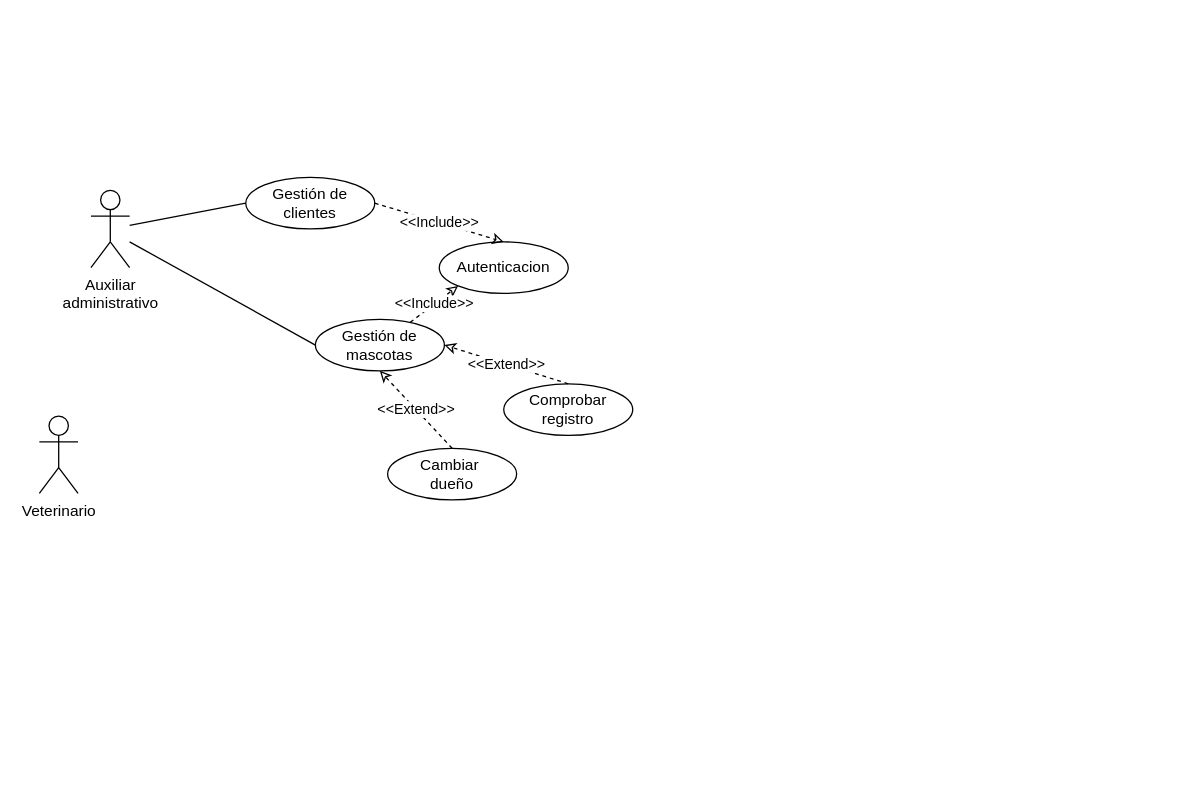
The draw.io diagram Parcail _2 PIMS.drawio in Andres-Nicolas/Diagramas, before the edit. Source tidied: cells renumbered, new cells numbered last; positions are measured from the earlier drawing's top-left corner, leaving out a move shared by most shapes. Both pictures are drawn from the tidied source at 129%, with x=0, y=0 at pixel (39, 177).
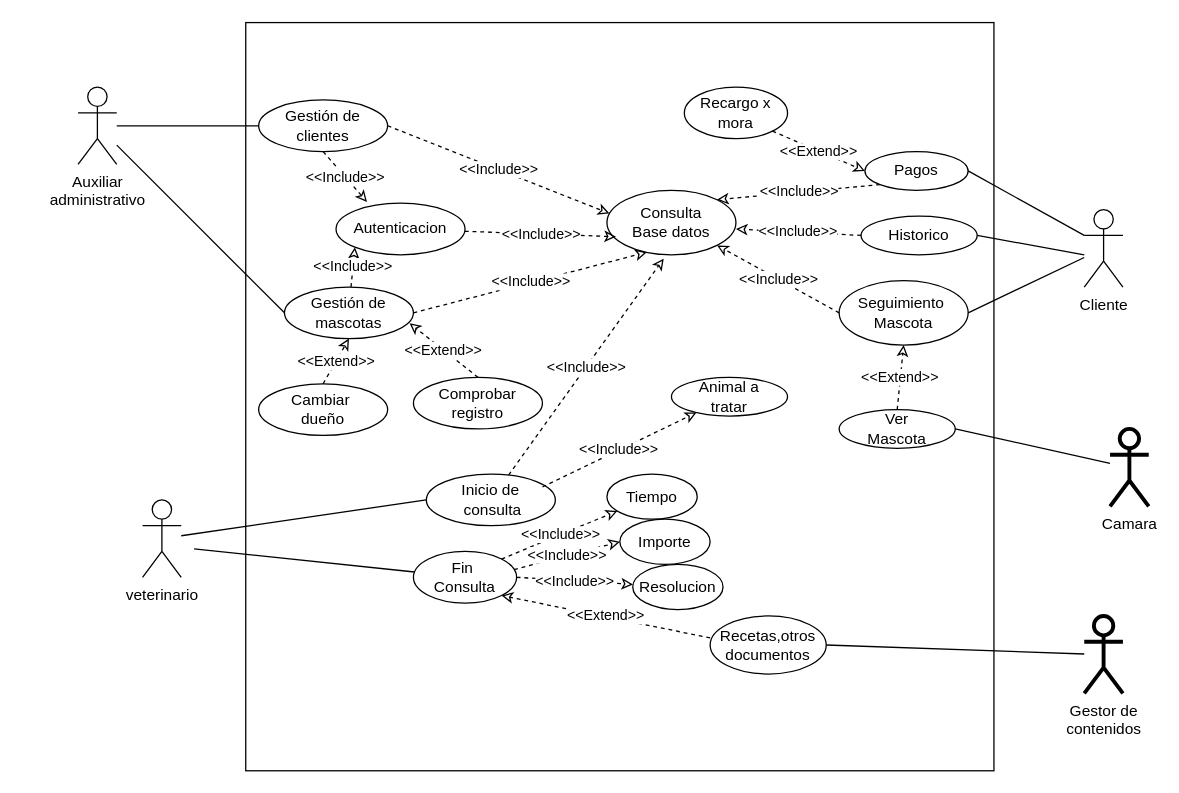
The same diagram, later.

The edit, as a diff of the source:
```diff
@@
+    <mxCell id="15" style="whiteSpace=wrap;html=1;" parent="1" vertex="1">
+      <mxGeometry x="160" y="-120" width="580" height="580" as="geometry" />
+    </mxCell>
     <mxCell id="2" value="Auxiliar&lt;br&gt;administrativo&lt;br&gt;" style="shape=umlActor;verticalLabelPosition=bottom;verticalAlign=top;html=1;outlineConnect=0;" parent="1" vertex="1">
-      <mxGeometry x="40" y="10" width="30" height="60" as="geometry" />
+      <mxGeometry x="30" y="-70" width="30" height="60" as="geometry" />
     </mxCell>
     <mxCell id="3" value="Gestión de&lt;br&gt;clientes" style="ellipse;whiteSpace=wrap;html=1;" parent="1" vertex="1">
-      <mxGeometry x="160" width="100" height="40" as="geometry" />
+      <mxGeometry x="170" y="-60" width="100" height="40" as="geometry" />
     </mxCell>
-    <mxCell id="4" value="Veterinario" style="shape=umlActor;verticalLabelPosition=bottom;verticalAlign=top;html=1;outlineConnect=0;" parent="1" vertex="1">
-      <mxGeometry y="185" width="30" height="60" as="geometry" />
+    <mxCell id="4" value="Cliente" style="shape=umlActor;verticalLabelPosition=bottom;verticalAlign=top;html=1;outlineConnect=0;" parent="1" vertex="1">
+      <mxGeometry x="810" y="25" width="30" height="60" as="geometry" />
     </mxCell>
     <mxCell id="5" value="Gestión de mascotas" style="ellipse;whiteSpace=wrap;html=1;" parent="1" vertex="1">
-      <mxGeometry x="214" y="110" width="100" height="40" as="geometry" />
+      <mxGeometry x="190" y="85" width="100" height="40" as="geometry" />
     </mxCell>
     <mxCell id="6" value="Cambiar&amp;nbsp;&lt;br&gt;dueño" style="ellipse;whiteSpace=wrap;html=1;" parent="1" vertex="1">
-      <mxGeometry x="270" y="210" width="100" height="40" as="geometry" />
+      <mxGeometry x="170" y="160" width="100" height="40" as="geometry" />
     </mxCell>
@@
-    <mxCell id="9" style="endArrow=none;html=1;rounded=0;entryX=0;entryY=0.5;entryDx=0;entryDy=0;" parent="1" edge="1" target="5">
-      <mxGeometry relative="1" as="geometry">
-        <mxPoint x="70" y="50" as="sourcePoint" />
-      </mxGeometry>
+    <mxCell id="9" style="endArrow=none;html=1;rounded=0;entryX=0;entryY=0.5;entryDx=0;entryDy=0;" parent="1" edge="1" source="2" target="5">
+      <mxGeometry relative="1" as="geometry" />
     </mxCell>
     <mxCell id="10" value="Comprobar&lt;br&gt;registro" style="ellipse;whiteSpace=wrap;html=1;" parent="1" vertex="1">
-      <mxGeometry x="360" y="160" width="100" height="40" as="geometry" />
+      <mxGeometry x="290" y="155" width="100" height="40" as="geometry" />
     </mxCell>
-    <mxCell id="11" value="&amp;lt;&amp;lt;Extend&amp;gt;&amp;gt;" style="endArrow=classic;dashed=1;html=1;rounded=0;exitX=0.5;exitY=0;exitDx=0;exitDy=0;endFill=0;entryX=1;entryY=0.5;entryDx=0;entryDy=0;" parent="1" edge="1" source="10" target="5">
+    <mxCell id="11" value="&amp;lt;&amp;lt;Extend&amp;gt;&amp;gt;" style="endArrow=classic;dashed=1;html=1;rounded=0;exitX=0.5;exitY=0;exitDx=0;exitDy=0;endFill=0;entryX=0.97;entryY=0.7;entryDx=0;entryDy=0;entryPerimeter=0;" parent="1" edge="1" source="10" target="5">
       <mxGeometry relative="1" as="geometry" />
     </mxCell>
     <mxCell id="12" value="Autenticacion" style="ellipse;whiteSpace=wrap;html=1;" parent="1" vertex="1">
-      <mxGeometry x="310" y="50" width="100" height="40" as="geometry" />
+      <mxGeometry x="230" y="20" width="100" height="40" as="geometry" />
     </mxCell>
-    <mxCell id="13" value="&amp;lt;&amp;lt;Include&amp;gt;&amp;gt;" style="endArrow=classic;dashed=1;html=1;rounded=0;exitX=1;exitY=0.5;exitDx=0;exitDy=0;entryX=0.5;entryY=0;entryDx=0;entryDy=0;endFill=0;" parent="1" edge="1" source="3" target="12">
+    <mxCell id="13" value="&amp;lt;&amp;lt;Include&amp;gt;&amp;gt;" style="endArrow=classic;dashed=1;html=1;rounded=0;entryX=0.24;entryY=-0.025;entryDx=0;entryDy=0;endFill=0;entryPerimeter=0;exitX=0.5;exitY=1;exitDx=0;exitDy=0;" parent="1" edge="1" source="3" target="12">
       <mxGeometry relative="1" as="geometry" />
     </mxCell>
@@
+    <mxCell id="16" value="Consulta&lt;br&gt;Base datos" style="ellipse;whiteSpace=wrap;html=1;" parent="1" vertex="1">
+      <mxGeometry x="440" y="10" width="100" height="50" as="geometry" />
+    </mxCell>
+    <mxCell id="17" value="&amp;lt;&amp;lt;Include&amp;gt;&amp;gt;" style="endArrow=classic;dashed=1;html=1;rounded=0;exitX=1;exitY=0.5;exitDx=0;exitDy=0;entryX=0.02;entryY=0.36;entryDx=0;entryDy=0;endFill=0;entryPerimeter=0;" parent="1" edge="1" source="3" target="16">
+      <mxGeometry relative="1" as="geometry" />
+    </mxCell>
+    <mxCell id="18" value="&amp;lt;&amp;lt;Include&amp;gt;&amp;gt;" style="endArrow=classic;dashed=1;html=1;rounded=0;exitX=1;exitY=0.5;exitDx=0;exitDy=0;endFill=0;entryX=0.31;entryY=0.96;entryDx=0;entryDy=0;entryPerimeter=0;" parent="1" edge="1" source="5" target="16">
+      <mxGeometry relative="1" as="geometry" />
+    </mxCell>
+    <mxCell id="19" value="Seguimiento&amp;nbsp;&lt;br&gt;Mascota" style="ellipse;whiteSpace=wrap;html=1;" parent="1" vertex="1">
+      <mxGeometry x="620" y="80" width="100" height="50" as="geometry" />
+    </mxCell>
+    <mxCell id="20" value="&amp;lt;&amp;lt;Include&amp;gt;&amp;gt;" style="endArrow=classic;dashed=1;html=1;rounded=0;exitX=0;exitY=0.5;exitDx=0;exitDy=0;endFill=0;entryX=1;entryY=1;entryDx=0;entryDy=0;" parent="1" edge="1" source="19" target="16">
+      <mxGeometry relative="1" as="geometry" />
+    </mxCell>
+    <mxCell id="21" style="endArrow=none;html=1;rounded=0;entryX=1;entryY=0.5;entryDx=0;entryDy=0;" parent="1" edge="1" source="4" target="19">
+      <mxGeometry relative="1" as="geometry" />
+    </mxCell>
+    <mxCell id="22" value="Pagos" style="ellipse;whiteSpace=wrap;html=1;" parent="1" vertex="1">
+      <mxGeometry x="640" y="-20" width="80" height="30" as="geometry" />
+    </mxCell>
+    <mxCell id="23" value="Recargo x&lt;br&gt;mora" style="ellipse;whiteSpace=wrap;html=1;" parent="1" vertex="1">
+      <mxGeometry x="500" y="-70" width="80" height="40" as="geometry" />
+    </mxCell>
+    <mxCell id="24" value="&amp;lt;&amp;lt;Extend&amp;gt;&amp;gt;" style="endArrow=classic;dashed=1;html=1;rounded=0;endFill=0;entryX=0;entryY=0.5;entryDx=0;entryDy=0;exitX=1;exitY=1;exitDx=0;exitDy=0;" parent="1" edge="1" source="23" target="22">
+      <mxGeometry relative="1" as="geometry" />
+    </mxCell>
+    <mxCell id="25" value="&amp;lt;&amp;lt;Include&amp;gt;&amp;gt;" style="endArrow=classic;dashed=1;html=1;rounded=0;exitX=0;exitY=1;exitDx=0;exitDy=0;entryX=1;entryY=0;entryDx=0;entryDy=0;endFill=0;" parent="1" edge="1" source="22" target="16">
+      <mxGeometry relative="1" as="geometry" />
+    </mxCell>
+    <mxCell id="26" value="Historico" style="ellipse;whiteSpace=wrap;html=1;" parent="1" vertex="1">
+      <mxGeometry x="637" y="30" width="90" height="30" as="geometry" />
+    </mxCell>
+    <mxCell id="27" value="Camara" style="shape=umlActor;verticalLabelPosition=bottom;verticalAlign=top;html=1;outlineConnect=0;strokeWidth=3;" parent="1" vertex="1">
+      <mxGeometry x="830" y="195" width="30" height="60" as="geometry" />
+    </mxCell>
+    <mxCell id="28" style="endArrow=none;html=1;rounded=0;entryX=1;entryY=0.5;entryDx=0;entryDy=0;exitX=0;exitY=0.3333333333333333;exitDx=0;exitDy=0;exitPerimeter=0;" parent="1" edge="1" source="4" target="22">
+      <mxGeometry relative="1" as="geometry" />
+    </mxCell>
+    <mxCell id="29" style="endArrow=none;html=1;rounded=0;entryX=1;entryY=0.5;entryDx=0;entryDy=0;" parent="1" edge="1" target="26">
+      <mxGeometry relative="1" as="geometry">
+        <mxPoint x="810" y="60" as="sourcePoint" />
+      </mxGeometry>
+    </mxCell>
+    <mxCell id="30" value="&amp;lt;&amp;lt;Include&amp;gt;&amp;gt;" style="endArrow=classic;dashed=1;html=1;rounded=0;exitX=0;exitY=0.5;exitDx=0;exitDy=0;endFill=0;" parent="1" edge="1" source="26">
+      <mxGeometry relative="1" as="geometry">
+        <mxPoint x="540" y="40" as="targetPoint" />
+      </mxGeometry>
+    </mxCell>
+    <mxCell id="31" value="Ver&lt;br&gt;Mascota" style="ellipse;whiteSpace=wrap;html=1;" parent="1" vertex="1">
+      <mxGeometry x="620" y="180" width="90" height="30" as="geometry" />
+    </mxCell>
+    <mxCell id="32" value="&amp;lt;&amp;lt;Extend&amp;gt;&amp;gt;" style="endArrow=classic;dashed=1;html=1;rounded=0;endFill=0;entryX=0.5;entryY=1;entryDx=0;entryDy=0;exitX=0.5;exitY=0;exitDx=0;exitDy=0;" parent="1" edge="1" source="31" target="19">
+      <mxGeometry relative="1" as="geometry" />
+    </mxCell>
+    <mxCell id="33" style="endArrow=none;html=1;rounded=0;entryX=1;entryY=0.5;entryDx=0;entryDy=0;" parent="1" edge="1" source="27" target="31">
+      <mxGeometry relative="1" as="geometry" />
+    </mxCell>
+    <mxCell id="34" value="veterinario" style="shape=umlActor;verticalLabelPosition=bottom;verticalAlign=top;html=1;outlineConnect=0;" parent="1" vertex="1">
+      <mxGeometry x="80" y="250" width="30" height="60" as="geometry" />
+    </mxCell>
+    <mxCell id="35" value="&amp;lt;&amp;lt;Include&amp;gt;&amp;gt;" style="endArrow=classic;dashed=1;html=1;rounded=0;endFill=0;entryX=0.07;entryY=0.72;entryDx=0;entryDy=0;entryPerimeter=0;" parent="1" edge="1" source="12" target="16">
+      <mxGeometry relative="1" as="geometry" />
+    </mxCell>
+    <mxCell id="36" value="Inicio de&lt;br&gt;&amp;nbsp;consulta" style="ellipse;whiteSpace=wrap;html=1;" parent="1" vertex="1">
+      <mxGeometry x="300" y="230" width="100" height="40" as="geometry" />
+    </mxCell>
+    <mxCell id="37" value="&amp;lt;&amp;lt;Include&amp;gt;&amp;gt;" style="endArrow=classic;dashed=1;html=1;rounded=0;endFill=0;entryX=0.44;entryY=1.06;entryDx=0;entryDy=0;entryPerimeter=0;" parent="1" edge="1" source="36" target="16">
+      <mxGeometry relative="1" as="geometry" />
+    </mxCell>
+    <mxCell id="38" value="Animal a&lt;br&gt;tratar" style="ellipse;whiteSpace=wrap;html=1;" parent="1" vertex="1">
+      <mxGeometry x="490" y="155" width="90" height="30" as="geometry" />
+    </mxCell>
+    <mxCell id="39" value="&amp;lt;&amp;lt;Include&amp;gt;&amp;gt;" style="endArrow=classic;dashed=1;html=1;rounded=0;endFill=0;" parent="1" edge="1" target="38">
+      <mxGeometry relative="1" as="geometry">
+        <mxPoint x="390" y="240" as="sourcePoint" />
+      </mxGeometry>
+    </mxCell>
+    <mxCell id="40" value="Fin&amp;nbsp;&lt;br&gt;Consulta" style="ellipse;whiteSpace=wrap;html=1;" parent="1" vertex="1">
+      <mxGeometry x="290" y="290" width="80" height="40" as="geometry" />
+    </mxCell>
+    <mxCell id="41" style="endArrow=none;html=1;rounded=0;entryX=0;entryY=0.5;entryDx=0;entryDy=0;" parent="1" edge="1" source="34" target="36">
+      <mxGeometry relative="1" as="geometry" />
+    </mxCell>
+    <mxCell id="42" style="endArrow=none;html=1;rounded=0;" parent="1" edge="1" target="40">
+      <mxGeometry relative="1" as="geometry">
+        <mxPoint x="120" y="288" as="sourcePoint" />
+      </mxGeometry>
+    </mxCell>
+    <mxCell id="43" value="Recetas,otros&lt;br&gt;documentos" style="ellipse;whiteSpace=wrap;html=1;" parent="1" vertex="1">
+      <mxGeometry x="520" y="340" width="90" height="45" as="geometry" />
+    </mxCell>
+    <mxCell id="44" value="&amp;lt;&amp;lt;Extend&amp;gt;&amp;gt;" style="endArrow=classic;dashed=1;html=1;rounded=0;exitX=0;exitY=0.378;exitDx=0;exitDy=0;endFill=0;entryX=1;entryY=1;entryDx=0;entryDy=0;exitPerimeter=0;" parent="1" edge="1" source="43" target="40">
+      <mxGeometry relative="1" as="geometry" />
+    </mxCell>
+    <mxCell id="45" value="Tiempo" style="ellipse;whiteSpace=wrap;html=1;" parent="1" vertex="1">
+      <mxGeometry x="440" y="230" width="70" height="35" as="geometry" />
+    </mxCell>
+    <mxCell id="46" value="Importe" style="ellipse;whiteSpace=wrap;html=1;" parent="1" vertex="1">
+      <mxGeometry x="450" y="265" width="70" height="35" as="geometry" />
+    </mxCell>
+    <mxCell id="47" value="Resolucion" style="ellipse;whiteSpace=wrap;html=1;" parent="1" vertex="1">
+      <mxGeometry x="460" y="300" width="70" height="35" as="geometry" />
+    </mxCell>
+    <mxCell id="48" value="&amp;lt;&amp;lt;Include&amp;gt;&amp;gt;" style="endArrow=classic;dashed=1;html=1;rounded=0;endFill=0;exitX=1;exitY=0;exitDx=0;exitDy=0;" parent="1" edge="1" source="40" target="45">
+      <mxGeometry relative="1" as="geometry" />
+    </mxCell>
+    <mxCell id="49" value="&amp;lt;&amp;lt;Include&amp;gt;&amp;gt;" style="endArrow=classic;dashed=1;html=1;rounded=0;endFill=0;exitX=0.975;exitY=0.35;exitDx=0;exitDy=0;entryX=0;entryY=0.5;entryDx=0;entryDy=0;exitPerimeter=0;" parent="1" edge="1" source="40" target="46">
+      <mxGeometry relative="1" as="geometry" />
+    </mxCell>
+    <mxCell id="50" value="&amp;lt;&amp;lt;Include&amp;gt;&amp;gt;" style="endArrow=classic;dashed=1;html=1;rounded=0;endFill=0;exitX=1;exitY=0.5;exitDx=0;exitDy=0;" parent="1" edge="1" source="40" target="47">
+      <mxGeometry relative="1" as="geometry" />
+    </mxCell>
+    <mxCell id="51" value="Gestor de&lt;br&gt;contenidos" style="shape=umlActor;verticalLabelPosition=bottom;verticalAlign=top;html=1;outlineConnect=0;strokeWidth=3;" parent="1" vertex="1">
+      <mxGeometry x="810" y="340" width="30" height="60" as="geometry" />
+    </mxCell>
+    <mxCell id="52" style="endArrow=none;html=1;rounded=0;entryX=1;entryY=0.5;entryDx=0;entryDy=0;" parent="1" edge="1" source="51" target="43">
+      <mxGeometry relative="1" as="geometry" />
+    </mxCell>
```
